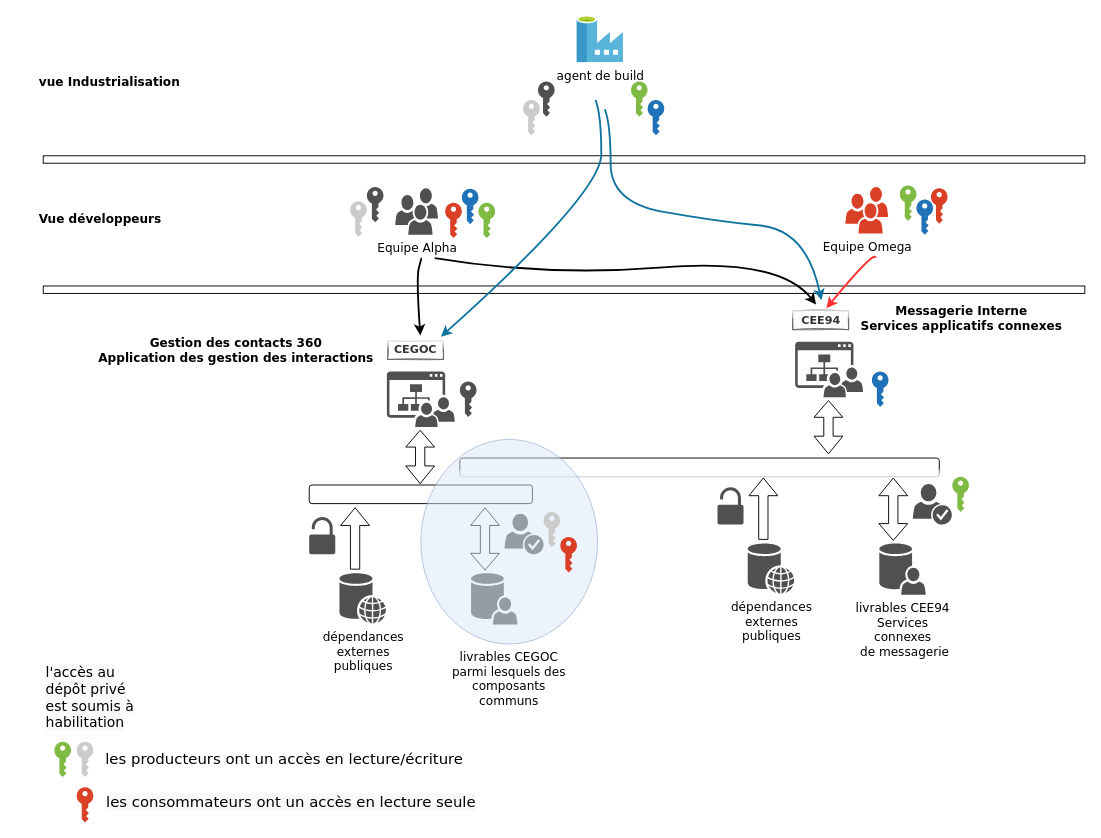
jmrablat/diagrams keeps this draw.io diagram as page "cia_arti_uld" (2 of 2) of cia_artifactory_diagram.drawio. Above is the earlier version. Source tidied: cells renumbered, new cells numbered last; positions are measured from the earlier drawing's top-left corner, leaving out a move shared by most shapes. Both pictures are drawn from the tidied source at 93%, with x=0, y=0 at pixel (30, 16).
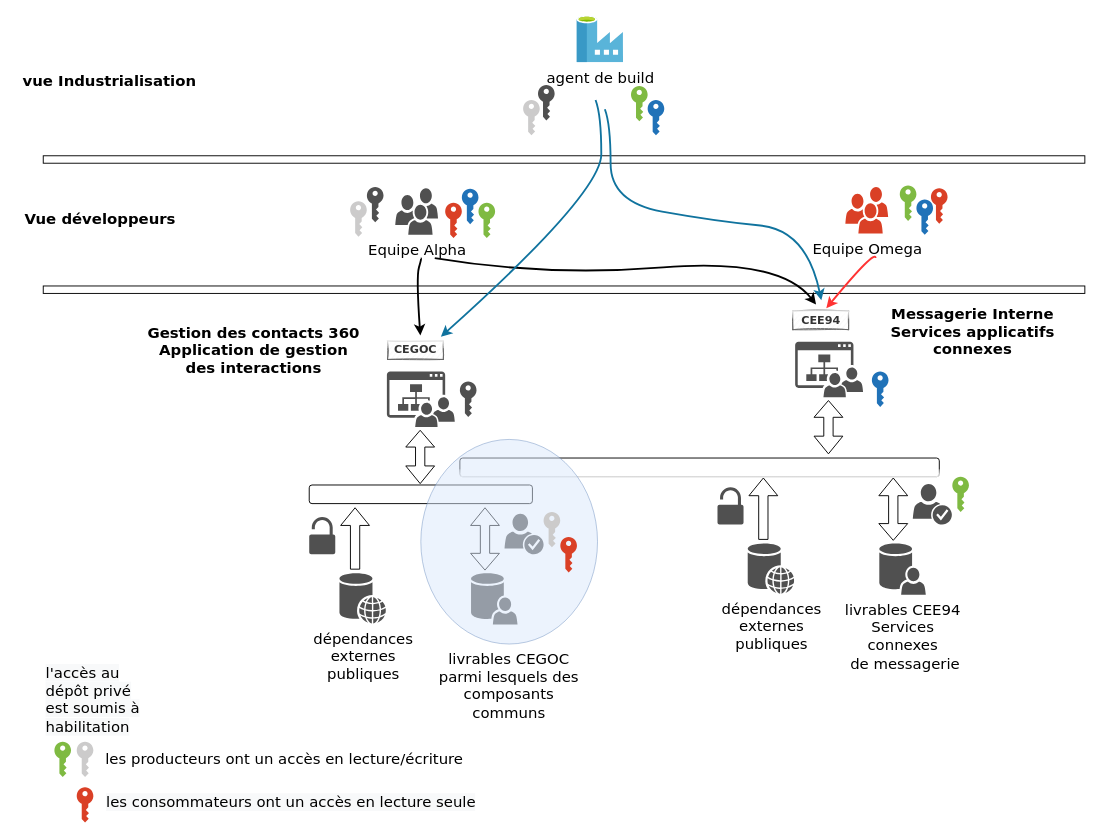
Above is the later version.

Commit message:
augmentation de la police

The edit, as a diff of the source:
```diff
@@
-    <mxCell id="4" value="dépendances&lt;br style=&quot;font-size: 13px&quot;&gt;externes&lt;br style=&quot;font-size: 13px&quot;&gt;publiques" style="shadow=0;dashed=0;html=1;strokeColor=none;fillColor=#505050;labelPosition=center;verticalLabelPosition=bottom;verticalAlign=top;align=center;shape=mxgraph.office.databases.web_store;sketch=0;fontSize=13;fontFamily=Verdana;" parent="1" vertex="1">
+    <mxCell id="4" value="dépendances&lt;br style=&quot;font-size: 16px;&quot;&gt;externes&lt;br style=&quot;font-size: 16px;&quot;&gt;publiques" style="shadow=0;dashed=0;html=1;strokeColor=none;fillColor=#505050;labelPosition=center;verticalLabelPosition=bottom;verticalAlign=top;align=center;shape=mxgraph.office.databases.web_store;sketch=0;fontSize=16;fontFamily=Verdana;" parent="1" vertex="1">
       <mxGeometry x="332.5" y="599" width="50" height="54" as="geometry" />
     </mxCell>
@@
-    <mxCell id="12" value="Equipe Alpha" style="shadow=0;dashed=0;html=1;strokeColor=none;fillColor=#505050;labelPosition=center;verticalLabelPosition=bottom;verticalAlign=top;align=center;shape=mxgraph.office.users.users;sketch=0;fontFamily=Verdana;fontSize=13;" parent="1" vertex="1">
+    <mxCell id="12" value="Equipe Alpha" style="shadow=0;dashed=0;html=1;strokeColor=none;fillColor=#505050;labelPosition=center;verticalLabelPosition=bottom;verticalAlign=top;align=center;shape=mxgraph.office.users.users;sketch=0;fontFamily=Verdana;fontSize=16;" parent="1" vertex="1">
       <mxGeometry x="392.5" y="185" width="46" height="50" as="geometry" />
     </mxCell>
-    <mxCell id="13" value="&lt;font style=&quot;font-size: 13px&quot;&gt;livrables CEE94&lt;br&gt;Services&lt;br&gt;connexes&lt;br&gt;&amp;nbsp;de messagerie&lt;/font&gt;" style="shadow=0;dashed=0;html=1;strokeColor=none;fillColor=#505050;labelPosition=center;verticalLabelPosition=bottom;verticalAlign=top;align=center;shape=mxgraph.office.users.user_store;sketch=0;fontFamily=Verdana;" parent="1" vertex="1">
+    <mxCell id="13" value="&lt;font style=&quot;font-size: 16px;&quot;&gt;livrables CEE94&lt;br style=&quot;font-size: 16px;&quot;&gt;Services&lt;br style=&quot;font-size: 16px;&quot;&gt;connexes&lt;br style=&quot;font-size: 16px;&quot;&gt;&amp;nbsp;de messagerie&lt;/font&gt;" style="shadow=0;dashed=0;html=1;strokeColor=none;fillColor=#505050;labelPosition=center;verticalLabelPosition=bottom;verticalAlign=top;align=center;shape=mxgraph.office.users.user_store;sketch=0;fontFamily=Verdana;fontSize=16;" parent="1" vertex="1">
       <mxGeometry x="913" y="567" width="50" height="55" as="geometry" />
     </mxCell>
-    <mxCell id="14" value="&lt;font style=&quot;font-size: 13px&quot;&gt;dépendances&lt;br&gt;externes&lt;br&gt;publiques&lt;/font&gt;" style="shadow=0;dashed=0;html=1;strokeColor=none;fillColor=#505050;labelPosition=center;verticalLabelPosition=bottom;verticalAlign=top;align=center;shape=mxgraph.office.databases.web_store;sketch=0;fontFamily=Verdana;" parent="1" vertex="1">
+    <mxCell id="14" value="&lt;font style=&quot;font-size: 16px;&quot;&gt;dépendances&lt;br style=&quot;font-size: 16px;&quot;&gt;externes&lt;br style=&quot;font-size: 16px;&quot;&gt;publiques&lt;/font&gt;" style="shadow=0;dashed=0;html=1;strokeColor=none;fillColor=#505050;labelPosition=center;verticalLabelPosition=bottom;verticalAlign=top;align=center;shape=mxgraph.office.databases.web_store;sketch=0;fontFamily=Verdana;fontSize=16;" parent="1" vertex="1">
       <mxGeometry x="771.5" y="567" width="50" height="54" as="geometry" />
     </mxCell>
@@
-    <mxCell id="22" value="livrables CEGOC &lt;br&gt;parmi lesquels des&lt;br style=&quot;font-size: 13px&quot;&gt;composants&lt;br style=&quot;font-size: 13px&quot;&gt;communs" style="ellipse;whiteSpace=wrap;html=1;rounded=0;shadow=0;strokeWidth=1;fillColor=#dae8fc;fontSize=13;align=center;strokeColor=#6c8ebf;opacity=50;rotation=0;verticalAlign=top;labelPosition=center;verticalLabelPosition=bottom;fontFamily=Verdana;" parent="1" vertex="1">
+    <mxCell id="22" value="livrables CEGOC &lt;br style=&quot;font-size: 16px;&quot;&gt;parmi lesquels des&lt;br style=&quot;font-size: 16px;&quot;&gt;composants&lt;br style=&quot;font-size: 16px;&quot;&gt;communs" style="ellipse;whiteSpace=wrap;html=1;rounded=0;shadow=0;strokeWidth=1;fillColor=#dae8fc;fontSize=16;align=center;strokeColor=#6c8ebf;opacity=50;rotation=0;verticalAlign=top;labelPosition=center;verticalLabelPosition=bottom;fontFamily=Verdana;" parent="1" vertex="1">
       <mxGeometry x="420" y="455" width="190" height="220" as="geometry" />
     </mxCell>
@@
-    <mxCell id="24" value="Messagerie Interne&lt;br style=&quot;font-size: 13px;&quot;&gt;Services applicatifs connexes" style="text;html=1;align=center;verticalAlign=middle;fillColor=none;strokeColor=none;rounded=0;shadow=0;glass=1;sketch=1;fontFamily=Verdana;fontStyle=1;fontSize=13;" parent="1" vertex="1">
-      <mxGeometry x="885.5" y="305" width="230" height="40" as="geometry" />
+    <mxCell id="24" value="Messagerie Interne&lt;br style=&quot;font-size: 16px;&quot;&gt;Services applicatifs&lt;br style=&quot;font-size: 16px;&quot;&gt;connexes" style="text;html=1;align=center;verticalAlign=middle;fillColor=none;strokeColor=none;rounded=0;shadow=0;glass=1;sketch=1;fontFamily=Verdana;fontStyle=1;fontSize=16;" parent="1" vertex="1">
+      <mxGeometry x="917.5" y="309" width="190" height="60" as="geometry" />
     </mxCell>
@@
-    <mxCell id="26" value="Gestion des contacts 360&lt;br style=&quot;font-size: 13px;&quot;&gt;Application des gestion des interactions" style="text;html=1;align=center;verticalAlign=middle;fillColor=none;strokeColor=none;rounded=0;shadow=0;glass=1;sketch=1;fontFamily=Verdana;fontStyle=1;fontSize=13;" parent="1" vertex="1">
-      <mxGeometry x="66" y="339" width="310" height="40" as="geometry" />
+    <mxCell id="26" value="Gestion des contacts 360&lt;br style=&quot;font-size: 16px;&quot;&gt;Application de gestion&lt;br style=&quot;font-size: 16px;&quot;&gt;des interactions" style="text;html=1;align=center;verticalAlign=middle;fillColor=none;strokeColor=none;rounded=0;shadow=0;glass=1;sketch=1;fontFamily=Verdana;fontStyle=1;fontSize=16;" parent="1" vertex="1">
+      <mxGeometry x="120" y="329" width="240" height="60" as="geometry" />
     </mxCell>
-    <mxCell id="27" value="agent de build" style="html=1;align=center;image;fontSize=13;image=img/lib/mscae/Data_Factory.svg;rounded=0;shadow=0;glass=1;sketch=0;fillColor=none;gradientColor=none;fontFamily=Verdana;" parent="1" vertex="1">
+    <mxCell id="27" value="agent de build" style="html=1;align=center;image;fontSize=16;image=img/lib/mscae/Data_Factory.svg;rounded=0;shadow=0;glass=1;sketch=0;fillColor=none;gradientColor=none;fontFamily=Verdana;" parent="1" vertex="1">
       <mxGeometry x="587.9" width="50" height="50" as="geometry" />
     </mxCell>
@@
     <mxCell id="29" style="shadow=0;dashed=0;html=1;strokeColor=none;fillColor=#505050;labelPosition=center;verticalLabelPosition=bottom;verticalAlign=top;align=center;shape=mxgraph.office.security.key_permissions;rounded=0;glass=1;sketch=0;fontFamily=Verdana;fontSize=21;fontColor=#000000;" parent="1" vertex="1">
-      <mxGeometry x="546" y="70" width="17.9" height="38" as="geometry" />
+      <mxGeometry x="546" y="74" width="17.9" height="38" as="geometry" />
     </mxCell>
-    <mxCell id="30" value="vue Industrialisation" style="text;html=1;align=center;verticalAlign=middle;fillColor=none;strokeColor=none;rounded=0;shadow=0;glass=1;sketch=1;fontFamily=Verdana;fontStyle=1;fontSize=13;" parent="1" vertex="1">
-      <mxGeometry y="60" width="170" height="20" as="geometry" />
+    <mxCell id="30" value="vue Industrialisation" style="text;html=1;align=center;verticalAlign=middle;fillColor=none;strokeColor=none;rounded=0;shadow=0;glass=1;sketch=1;fontFamily=Verdana;fontStyle=1;fontSize=16;" parent="1" vertex="1">
+      <mxGeometry x="-15" y="60" width="200" height="20" as="geometry" />
     </mxCell>
-    <mxCell id="31" value="Vue développeurs" style="text;html=1;align=center;verticalAlign=middle;fillColor=none;strokeColor=none;rounded=0;shadow=0;glass=1;sketch=1;fontFamily=Verdana;fontStyle=1;fontSize=13;" parent="1" vertex="1">
-      <mxGeometry y="208" width="150" height="20" as="geometry" />
+    <mxCell id="31" value="Vue développeurs" style="text;html=1;align=center;verticalAlign=middle;fillColor=none;strokeColor=none;rounded=0;shadow=0;glass=1;sketch=1;fontFamily=Verdana;fontStyle=1;fontSize=16;" parent="1" vertex="1">
+      <mxGeometry x="-15" y="208" width="180" height="20" as="geometry" />
     </mxCell>
@@
-    <mxCell id="34" value="Equipe Omega" style="shadow=0;dashed=0;html=1;strokeColor=none;labelPosition=center;verticalLabelPosition=bottom;verticalAlign=top;align=center;shape=mxgraph.office.users.users;fillColor=#DA4026;rounded=0;glass=1;sketch=0;fontFamily=Verdana;fontSize=13;fontColor=#000000;" parent="1" vertex="1">
+    <mxCell id="34" value="Equipe Omega" style="shadow=0;dashed=0;html=1;strokeColor=none;labelPosition=center;verticalLabelPosition=bottom;verticalAlign=top;align=center;shape=mxgraph.office.users.users;fillColor=#DA4026;rounded=0;glass=1;sketch=0;fontFamily=Verdana;fontSize=16;fontColor=#000000;" parent="1" vertex="1">
       <mxGeometry x="876.5" y="183.5" width="46" height="50" as="geometry" />
     </mxCell>
@@
     <mxCell id="39" style="shadow=0;dashed=0;html=1;strokeColor=none;labelPosition=center;verticalLabelPosition=bottom;verticalAlign=top;align=center;shape=mxgraph.office.security.key_permissions;fillColor=#7FBA42;rounded=0;glass=1;sketch=0;fontFamily=Verdana;fontSize=16;fontColor=#000000;" parent="1" vertex="1">
-      <mxGeometry x="646" y="70" width="17.9" height="38" as="geometry" />
+      <mxGeometry x="646" y="75" width="17.9" height="38" as="geometry" />
     </mxCell>
@@
-    <mxCell id="52" value="&lt;span style=&quot;color: rgb(0, 0, 0); font-family: verdana; font-size: 15px; font-style: normal; font-weight: 400; letter-spacing: normal; text-align: center; text-indent: 0px; text-transform: none; word-spacing: 0px; background-color: rgb(248, 249, 250); display: inline; float: none;&quot;&gt;l'accès au dépôt privé est soumis à habilitation&lt;/span&gt;" style="text;whiteSpace=wrap;html=1;fontSize=15;fontFamily=Verdana;fontColor=#000000;" parent="1" vertex="1">
+    <mxCell id="52" value="&lt;span style=&quot;color: rgb(0, 0, 0); font-family: verdana; font-size: 16px; font-style: normal; font-weight: 400; letter-spacing: normal; text-align: center; text-indent: 0px; text-transform: none; word-spacing: 0px; background-color: rgb(248, 249, 250); display: inline; float: none;&quot;&gt;l'accès au dépôt privé est soumis à habilitation&lt;/span&gt;" style="text;whiteSpace=wrap;html=1;fontSize=16;fontFamily=Verdana;fontColor=#000000;" parent="1" vertex="1">
       <mxGeometry x="15" y="690" width="110" height="80" as="geometry" />
     </mxCell>
```
